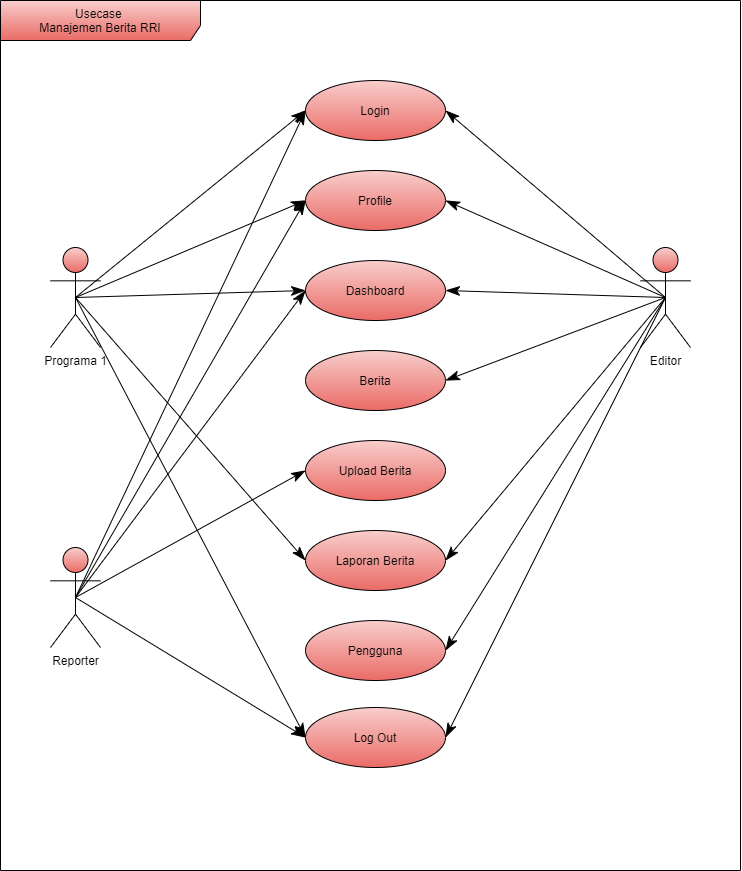
Above: uml/uml.png in Ramadhanheru/Manajemen-Berita-RRI (draw.io), before the change. Source tidied: cells renumbered, new cells last; positions are measured from the earlier drawing's top-left corner, leaving out a move shared by most shapes. Source of this version:
```xml
<mxGraphModel>
  <root>
    <mxCell id="0" />
    <mxCell id="1" parent="0" />
    <mxCell id="2" value="Usecase&amp;nbsp;&lt;br&gt;Manajemen Berita RRI" style="shape=umlFrame;whiteSpace=wrap;html=1;width=200;height=40;fillColor=#f8cecc;gradientColor=#ea6b66;" parent="1" vertex="1">
      <mxGeometry width="740" height="870" as="geometry" />
    </mxCell>
    <mxCell id="3" value="Editor" style="shape=umlActor;verticalLabelPosition=bottom;verticalAlign=top;html=1;fillColor=#f8cecc;gradientColor=#ea6b66;" parent="1" vertex="1">
      <mxGeometry x="640" y="247" width="50" height="100" as="geometry" />
    </mxCell>
    <mxCell id="4" value="Programa 1" style="shape=umlActor;verticalLabelPosition=bottom;verticalAlign=top;html=1;fillColor=#f8cecc;gradientColor=#ea6b66;" parent="1" vertex="1">
      <mxGeometry x="50" y="247" width="50" height="100" as="geometry" />
    </mxCell>
    <mxCell id="5" value="Reporter" style="shape=umlActor;verticalLabelPosition=bottom;verticalAlign=top;html=1;fillColor=#f8cecc;gradientColor=#ea6b66;" parent="1" vertex="1">
      <mxGeometry x="50" y="547" width="50" height="100" as="geometry" />
    </mxCell>
    <mxCell id="6" value="Login" style="ellipse;whiteSpace=wrap;html=1;fillColor=#f8cecc;gradientColor=#ea6b66;" parent="1" vertex="1">
      <mxGeometry x="305" y="80" width="140" height="60" as="geometry" />
    </mxCell>
    <mxCell id="7" value="Profile" style="ellipse;whiteSpace=wrap;html=1;fillColor=#f8cecc;gradientColor=#ea6b66;" parent="1" vertex="1">
      <mxGeometry x="305" y="170" width="140" height="60" as="geometry" />
    </mxCell>
    <mxCell id="8" value="Dashboard" style="ellipse;whiteSpace=wrap;html=1;fillColor=#f8cecc;gradientColor=#ea6b66;" parent="1" vertex="1">
      <mxGeometry x="305" y="260" width="140" height="60" as="geometry" />
    </mxCell>
    <mxCell id="9" value="Berita" style="ellipse;whiteSpace=wrap;html=1;fillColor=#f8cecc;gradientColor=#ea6b66;" parent="1" vertex="1">
      <mxGeometry x="305" y="350" width="140" height="60" as="geometry" />
    </mxCell>
    <mxCell id="10" value="Upload Berita" style="ellipse;whiteSpace=wrap;html=1;fillColor=#f8cecc;gradientColor=#ea6b66;" parent="1" vertex="1">
      <mxGeometry x="305" y="440" width="140" height="60" as="geometry" />
    </mxCell>
    <mxCell id="11" value="Laporan Berita" style="ellipse;whiteSpace=wrap;html=1;fillColor=#f8cecc;gradientColor=#ea6b66;" parent="1" vertex="1">
      <mxGeometry x="305" y="530" width="140" height="60" as="geometry" />
    </mxCell>
    <mxCell id="12" value="Pengguna" style="ellipse;whiteSpace=wrap;html=1;fillColor=#f8cecc;gradientColor=#ea6b66;" parent="1" vertex="1">
      <mxGeometry x="305" y="620" width="140" height="60" as="geometry" />
    </mxCell>
    <mxCell id="13" value="Log Out" style="ellipse;whiteSpace=wrap;html=1;fillColor=#f8cecc;gradientColor=#ea6b66;" parent="1" vertex="1">
      <mxGeometry x="305" y="707" width="140" height="60" as="geometry" />
    </mxCell>
    <mxCell id="14" style="endArrow=classicThin;endFill=1;endSize=12;html=1;entryX=0;entryY=0.5;entryDx=0;entryDy=0;exitX=0.5;exitY=0.5;exitDx=0;exitDy=0;exitPerimeter=0;fillColor=#f8cecc;gradientColor=#ea6b66;" parent="1" edge="1" source="4" target="6">
      <mxGeometry relative="1" as="geometry" />
    </mxCell>
    <mxCell id="15" style="endArrow=classicThin;endFill=1;endSize=12;html=1;entryX=0;entryY=0.5;entryDx=0;entryDy=0;exitX=0.5;exitY=0.5;exitDx=0;exitDy=0;exitPerimeter=0;fillColor=#f8cecc;gradientColor=#ea6b66;" parent="1" edge="1" source="4" target="7">
      <mxGeometry relative="1" as="geometry" />
    </mxCell>
    <mxCell id="16" style="endArrow=classicThin;endFill=1;endSize=12;html=1;entryX=0;entryY=0.5;entryDx=0;entryDy=0;exitX=0.5;exitY=0.5;exitDx=0;exitDy=0;exitPerimeter=0;fillColor=#f8cecc;gradientColor=#ea6b66;" parent="1" edge="1" source="4" target="8">
      <mxGeometry relative="1" as="geometry" />
    </mxCell>
    <mxCell id="17" style="endArrow=classicThin;endFill=1;endSize=12;html=1;entryX=0;entryY=0.5;entryDx=0;entryDy=0;exitX=0.5;exitY=0.5;exitDx=0;exitDy=0;exitPerimeter=0;fillColor=#f8cecc;gradientColor=#ea6b66;" parent="1" edge="1" source="4" target="11">
      <mxGeometry relative="1" as="geometry" />
    </mxCell>
    <mxCell id="18" style="endArrow=classicThin;endFill=1;endSize=12;html=1;entryX=0;entryY=0.5;entryDx=0;entryDy=0;exitX=0.5;exitY=0.5;exitDx=0;exitDy=0;exitPerimeter=0;fillColor=#f8cecc;gradientColor=#ea6b66;" parent="1" edge="1" source="5" target="10">
      <mxGeometry relative="1" as="geometry" />
    </mxCell>
    <mxCell id="19" style="endArrow=classicThin;endFill=1;endSize=12;html=1;entryX=0;entryY=0.5;entryDx=0;entryDy=0;exitX=0.5;exitY=0.5;exitDx=0;exitDy=0;exitPerimeter=0;fillColor=#f8cecc;gradientColor=#ea6b66;" parent="1" edge="1" source="4" target="13">
      <mxGeometry relative="1" as="geometry" />
    </mxCell>
    <mxCell id="20" style="endArrow=classicThin;endFill=1;endSize=12;html=1;entryX=0;entryY=0.5;entryDx=0;entryDy=0;exitX=0.5;exitY=0.5;exitDx=0;exitDy=0;exitPerimeter=0;fillColor=#f8cecc;gradientColor=#ea6b66;" parent="1" edge="1" source="5" target="6">
      <mxGeometry relative="1" as="geometry" />
    </mxCell>
    <mxCell id="21" style="endArrow=classicThin;endFill=1;endSize=12;html=1;entryX=0;entryY=0.5;entryDx=0;entryDy=0;exitX=0.5;exitY=0.5;exitDx=0;exitDy=0;exitPerimeter=0;fillColor=#f8cecc;gradientColor=#ea6b66;" parent="1" edge="1" source="5" target="7">
      <mxGeometry relative="1" as="geometry" />
    </mxCell>
    <mxCell id="22" style="endArrow=classicThin;endFill=1;endSize=12;html=1;entryX=0;entryY=0.5;entryDx=0;entryDy=0;exitX=0.5;exitY=0.5;exitDx=0;exitDy=0;exitPerimeter=0;fillColor=#f8cecc;gradientColor=#ea6b66;" parent="1" edge="1" source="5" target="8">
      <mxGeometry relative="1" as="geometry" />
    </mxCell>
    <mxCell id="23" style="endArrow=classicThin;endFill=1;endSize=12;html=1;exitX=0.5;exitY=0.5;exitDx=0;exitDy=0;exitPerimeter=0;entryX=0;entryY=0.5;entryDx=0;entryDy=0;fillColor=#f8cecc;gradientColor=#ea6b66;" parent="1" edge="1" source="5" target="13">
      <mxGeometry relative="1" as="geometry" />
    </mxCell>
    <mxCell id="24" style="endArrow=classicThin;endFill=1;endSize=12;html=1;entryX=1;entryY=0.5;entryDx=0;entryDy=0;exitX=0.5;exitY=0.5;exitDx=0;exitDy=0;exitPerimeter=0;fillColor=#f8cecc;gradientColor=#ea6b66;" parent="1" edge="1" source="3" target="6">
      <mxGeometry relative="1" as="geometry" />
    </mxCell>
    <mxCell id="25" style="endArrow=classicThin;endFill=1;endSize=12;html=1;entryX=1;entryY=0.5;entryDx=0;entryDy=0;exitX=0.5;exitY=0.5;exitDx=0;exitDy=0;exitPerimeter=0;fillColor=#f8cecc;gradientColor=#ea6b66;" parent="1" edge="1" source="3" target="7">
      <mxGeometry relative="1" as="geometry" />
    </mxCell>
    <mxCell id="26" style="endArrow=classicThin;endFill=1;endSize=12;html=1;entryX=1;entryY=0.5;entryDx=0;entryDy=0;exitX=0.5;exitY=0.5;exitDx=0;exitDy=0;exitPerimeter=0;fillColor=#f8cecc;gradientColor=#ea6b66;" parent="1" edge="1" source="3" target="8">
      <mxGeometry relative="1" as="geometry" />
    </mxCell>
    <mxCell id="27" style="endArrow=classicThin;endFill=1;endSize=12;html=1;entryX=1;entryY=0.5;entryDx=0;entryDy=0;exitX=0.5;exitY=0.5;exitDx=0;exitDy=0;exitPerimeter=0;fillColor=#f8cecc;gradientColor=#ea6b66;" parent="1" edge="1" source="3" target="9">
      <mxGeometry relative="1" as="geometry" />
    </mxCell>
    <mxCell id="28" style="endArrow=classicThin;endFill=1;endSize=12;html=1;entryX=1;entryY=0.5;entryDx=0;entryDy=0;exitX=0.5;exitY=0.5;exitDx=0;exitDy=0;exitPerimeter=0;fillColor=#f8cecc;gradientColor=#ea6b66;" parent="1" edge="1" source="3" target="11">
      <mxGeometry relative="1" as="geometry" />
    </mxCell>
    <mxCell id="29" style="endArrow=classicThin;endFill=1;endSize=12;html=1;entryX=1;entryY=0.5;entryDx=0;entryDy=0;exitX=0.5;exitY=0.5;exitDx=0;exitDy=0;exitPerimeter=0;fillColor=#f8cecc;gradientColor=#ea6b66;" parent="1" edge="1" source="3" target="12">
      <mxGeometry relative="1" as="geometry" />
    </mxCell>
    <mxCell id="30" style="endArrow=classicThin;endFill=1;endSize=12;html=1;entryX=1;entryY=0.5;entryDx=0;entryDy=0;exitX=0.5;exitY=0.5;exitDx=0;exitDy=0;exitPerimeter=0;fillColor=#f8cecc;gradientColor=#ea6b66;" parent="1" edge="1" source="3" target="13">
      <mxGeometry relative="1" as="geometry" />
    </mxCell>
  </root>
</mxGraphModel>
```
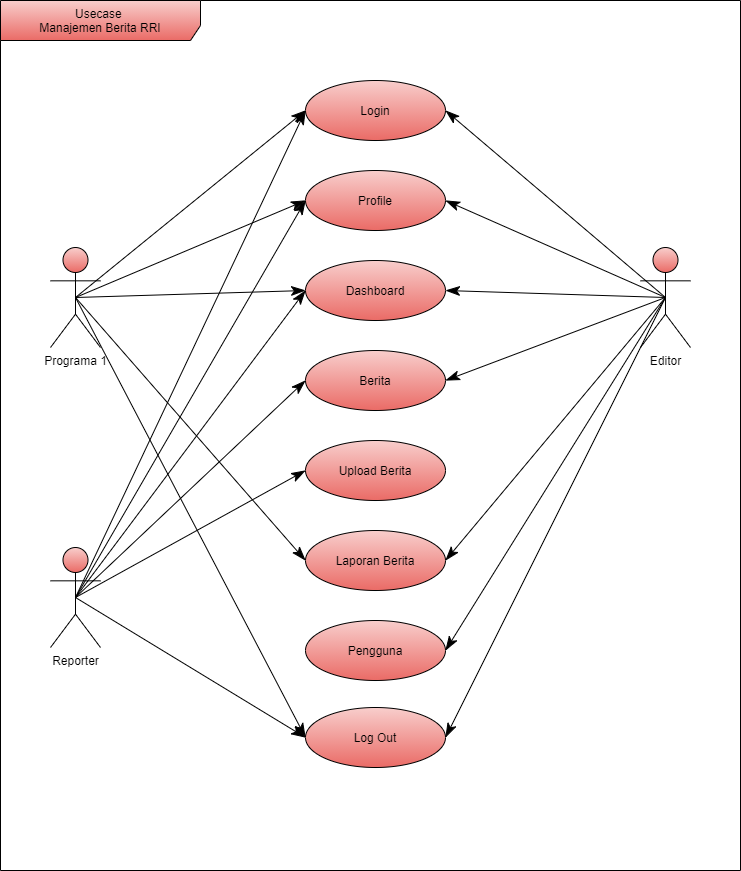
The same file after the commit.

What changed in the source:
```diff
@@ -89,5 +89,8 @@
     <mxCell id="30" style="endArrow=classicThin;endFill=1;endSize=12;html=1;entryX=1;entryY=0.5;entryDx=0;entryDy=0;exitX=0.5;exitY=0.5;exitDx=0;exitDy=0;exitPerimeter=0;fillColor=#f8cecc;gradientColor=#ea6b66;" parent="1" edge="1" source="3" target="13">
       <mxGeometry relative="1" as="geometry" />
     </mxCell>
+    <mxCell id="31" style="endArrow=classicThin;endFill=1;endSize=12;html=1;entryX=0;entryY=0.5;entryDx=0;entryDy=0;exitX=0.5;exitY=0.5;exitDx=0;exitDy=0;exitPerimeter=0;fillColor=#f8cecc;gradientColor=#ea6b66;" parent="1" edge="1" source="5" target="9">
+      <mxGeometry relative="1" as="geometry" />
+    </mxCell>
   </root>
 </mxGraphModel>
```
